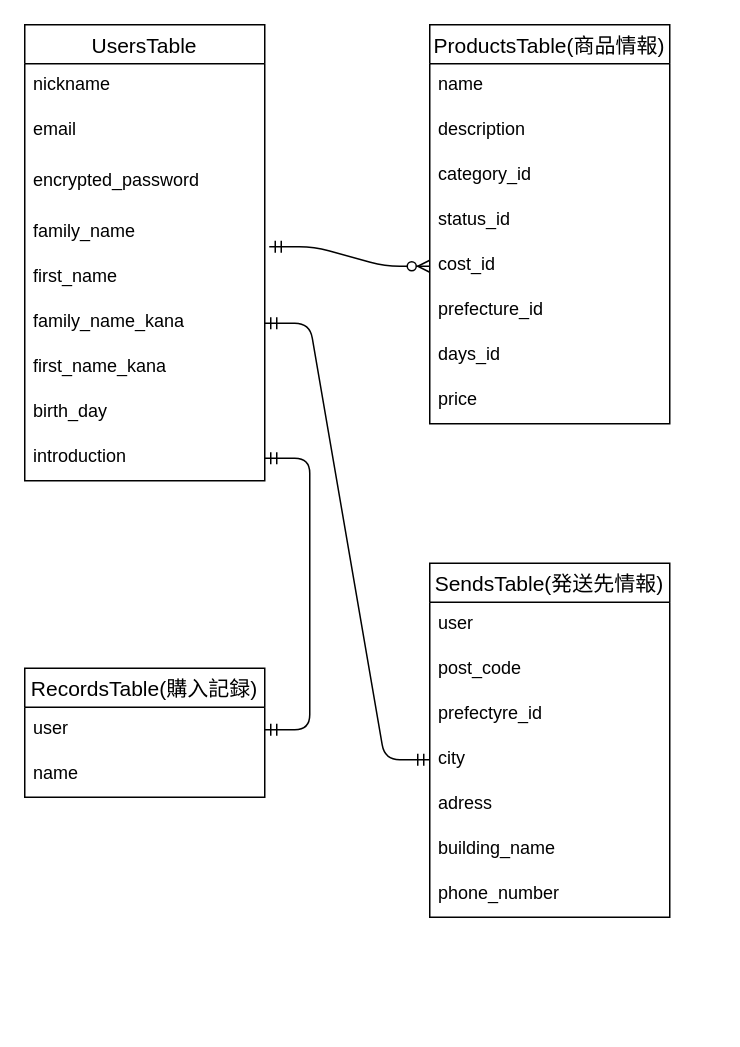
The draw.io diagram furima.dio in Sk20020822/furima-37952, before the edit. Source tidied: cells renumbered, new cells numbered last; positions are measured from the earlier drawing's top-left corner, leaving out a move shared by most shapes. Both pictures are drawn from the tidied source at 150%, with x=0, y=0 at pixel (24, 24).
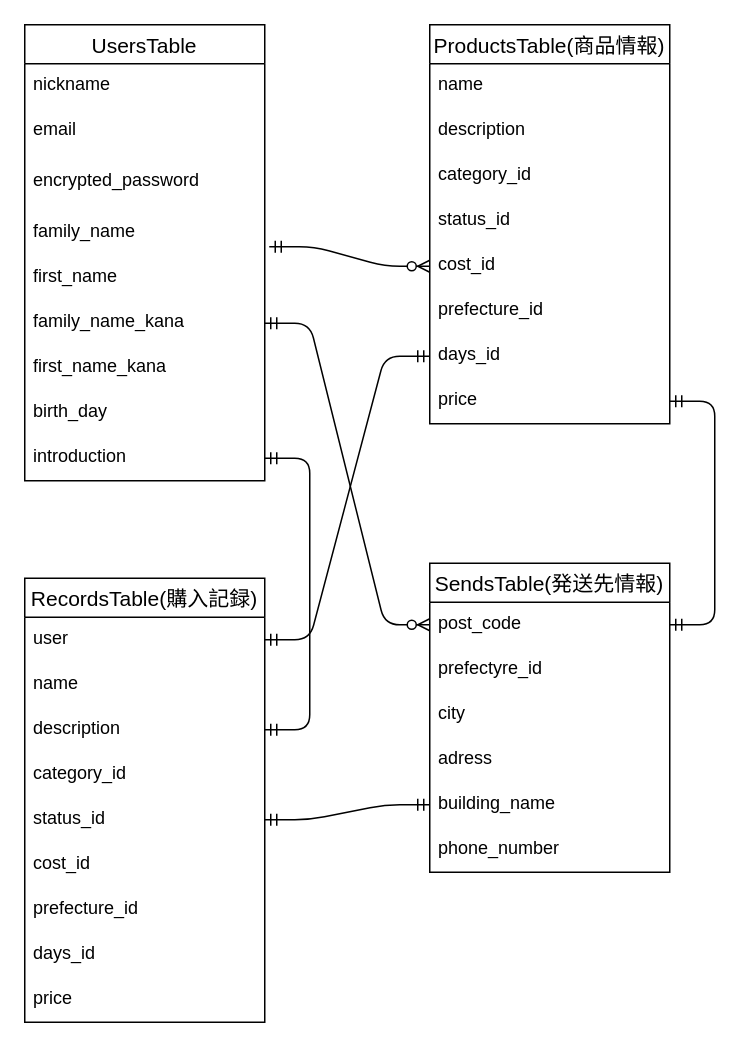
The same diagram, later.

The change refers to these unchanged cells:
```xml
<mxCell id="8" value="family_name_kana" style="text;strokeColor=none;fillColor=none;spacingLeft=4;spacingRight=4;overflow=hidden;points=[[0,0.5],[1,0.5]];portConstraint=eastwest;fontSize=12;" parent="2" vertex="1">
  <mxGeometry y="184" width="160" height="30" as="geometry" />
</mxCell>
<mxCell id="11" value="introduction" style="text;strokeColor=none;fillColor=none;spacingLeft=4;spacingRight=4;overflow=hidden;points=[[0,0.5],[1,0.5]];portConstraint=eastwest;fontSize=12;" parent="2" vertex="1">
  <mxGeometry y="274" width="160" height="30" as="geometry" />
</mxCell>
<mxCell id="19" value="days_id" style="text;strokeColor=none;fillColor=none;spacingLeft=4;spacingRight=4;overflow=hidden;points=[[0,0.5],[1,0.5]];portConstraint=eastwest;fontSize=12;" parent="12" vertex="1">
  <mxGeometry y="206" width="160" height="30" as="geometry" />
</mxCell>
<mxCell id="20" value="price" style="text;strokeColor=none;fillColor=none;spacingLeft=4;spacingRight=4;overflow=hidden;points=[[0,0.5],[1,0.5]];portConstraint=eastwest;fontSize=12;" parent="12" vertex="1">
  <mxGeometry y="236" width="160" height="30" as="geometry" />
</mxCell>
```

Diff of the diagram source:
```diff
@@
     <mxCell id="21" value="SendsTable(発送先情報)" style="swimlane;fontStyle=0;horizontal=1;startSize=26;align=center;fontSize=14;" parent="1" vertex="1">
-      <mxGeometry x="270" y="359" width="160" height="236" as="geometry" />
+      <mxGeometry x="270" y="359" width="160" height="206" as="geometry" />
     </mxCell>
-    <mxCell id="22" value="user" style="text;strokeColor=none;fillColor=none;spacingLeft=4;spacingRight=4;overflow=hidden;points=[[0,0.5],[1,0.5]];portConstraint=eastwest;fontSize=12;" parent="21" vertex="1">
-      <mxGeometry y="26" width="160" height="30" as="geometry" />
-    </mxCell>
     <mxCell id="23" value="post_code" style="text;strokeColor=none;fillColor=none;spacingLeft=4;spacingRight=4;overflow=hidden;points=[[0,0.5],[1,0.5]];portConstraint=eastwest;fontSize=12;" parent="21" vertex="1">
-      <mxGeometry y="56" width="160" height="30" as="geometry" />
+      <mxGeometry y="26" width="160" height="30" as="geometry" />
     </mxCell>
     <mxCell id="24" value="prefectyre_id" style="text;strokeColor=none;fillColor=none;spacingLeft=4;spacingRight=4;overflow=hidden;fontSize=12;" parent="21" vertex="1">
-      <mxGeometry y="86" width="160" height="30" as="geometry" />
+      <mxGeometry y="56" width="160" height="30" as="geometry" />
     </mxCell>
     <mxCell id="25" value="city" style="text;strokeColor=none;fillColor=none;spacingLeft=4;spacingRight=4;overflow=hidden;points=[[0,0.5],[1,0.5]];portConstraint=eastwest;fontSize=12;" parent="21" vertex="1">
-      <mxGeometry y="116" width="160" height="30" as="geometry" />
+      <mxGeometry y="86" width="160" height="30" as="geometry" />
     </mxCell>
     <mxCell id="26" value="adress" style="text;strokeColor=none;fillColor=none;spacingLeft=4;spacingRight=4;overflow=hidden;fontSize=12;" parent="21" vertex="1">
-      <mxGeometry y="146" width="160" height="30" as="geometry" />
+      <mxGeometry y="116" width="160" height="30" as="geometry" />
     </mxCell>
     <mxCell id="27" value="building_name" style="text;strokeColor=none;fillColor=none;spacingLeft=4;spacingRight=4;overflow=hidden;points=[[0,0.5],[1,0.5]];portConstraint=eastwest;fontSize=12;" parent="21" vertex="1">
-      <mxGeometry y="176" width="160" height="30" as="geometry" />
+      <mxGeometry y="146" width="160" height="30" as="geometry" />
     </mxCell>
     <mxCell id="28" value="phone_number" style="text;strokeColor=none;fillColor=none;spacingLeft=4;spacingRight=4;overflow=hidden;fontSize=12;" parent="21" vertex="1">
-      <mxGeometry y="206" width="160" height="30" as="geometry" />
+      <mxGeometry y="176" width="160" height="30" as="geometry" />
     </mxCell>
-    <mxCell id="29" style="edgeStyle=entityRelationEdgeStyle;fontSize=12;html=1;endArrow=ERmandOne;startArrow=ERmandOne;entryX=1;entryY=0.5;entryDx=0;entryDy=0;exitX=0;exitY=0.5;exitDx=0;exitDy=0;" parent="1" edge="1" source="25" target="8">
-      <mxGeometry relative="1" as="geometry" />
-    </mxCell>
@@
     <mxCell id="31" value="RecordsTable(購入記録)" style="swimlane;fontStyle=0;horizontal=1;startSize=26;align=center;fontSize=14;" parent="1" vertex="1">
-      <mxGeometry y="429" width="160" height="86" as="geometry" />
+      <mxGeometry y="369" width="160" height="296" as="geometry" />
     </mxCell>
-    <mxCell id="32" value="user " style="text;strokeColor=none;fillColor=none;spacingLeft=4;spacingRight=4;overflow=hidden;points=[[0,0.5],[1,0.5]];portConstraint=eastwest;fontSize=12;" parent="31" vertex="1">
-      <mxGeometry y="26" width="160" height="30" as="geometry" />
-    </mxCell>
+    <mxCell id="22" value="user" style="text;strokeColor=none;fillColor=none;spacingLeft=4;spacingRight=4;overflow=hidden;points=[[0,0.5],[1,0.5]];portConstraint=eastwest;fontSize=12;" parent="31" vertex="1">
+      <mxGeometry y="26" width="160" height="30" as="geometry" />
+    </mxCell>
@@
+    <mxCell id="35" value="description" style="text;strokeColor=none;fillColor=none;spacingLeft=4;spacingRight=4;overflow=hidden;points=[[0,0.5],[1,0.5]];portConstraint=eastwest;fontSize=12;" parent="31" vertex="1">
+      <mxGeometry y="86" width="160" height="30" as="geometry" />
+    </mxCell>
+    <mxCell id="36" value="category_id" style="text;strokeColor=none;fillColor=none;spacingLeft=4;spacingRight=4;overflow=hidden;fontSize=12;" parent="31" vertex="1">
+      <mxGeometry y="116" width="160" height="30" as="geometry" />
+    </mxCell>
+    <mxCell id="37" value="status_id" style="text;strokeColor=none;fillColor=none;spacingLeft=4;spacingRight=4;overflow=hidden;points=[[0,0.5],[1,0.5]];portConstraint=eastwest;fontSize=12;" parent="31" vertex="1">
+      <mxGeometry y="146" width="160" height="30" as="geometry" />
+    </mxCell>
+    <mxCell id="38" value="cost_id" style="text;strokeColor=none;fillColor=none;spacingLeft=4;spacingRight=4;overflow=hidden;fontSize=12;" parent="31" vertex="1">
+      <mxGeometry y="176" width="160" height="30" as="geometry" />
+    </mxCell>
+    <mxCell id="39" value="prefecture_id" style="text;strokeColor=none;fillColor=none;spacingLeft=4;spacingRight=4;overflow=hidden;fontSize=12;" parent="31" vertex="1">
+      <mxGeometry y="206" width="160" height="30" as="geometry" />
+    </mxCell>
+    <mxCell id="40" value="days_id" style="text;strokeColor=none;fillColor=none;spacingLeft=4;spacingRight=4;overflow=hidden;fontSize=12;" parent="31" vertex="1">
+      <mxGeometry y="236" width="160" height="30" as="geometry" />
+    </mxCell>
+    <mxCell id="41" value="price" style="text;strokeColor=none;fillColor=none;spacingLeft=4;spacingRight=4;overflow=hidden;fontSize=12;" parent="31" vertex="1">
+      <mxGeometry y="266" width="160" height="30" as="geometry" />
+    </mxCell>
+    <mxCell id="42" style="edgeStyle=entityRelationEdgeStyle;fontSize=12;html=1;endArrow=ERzeroToMany;startArrow=ERmandOne;exitX=1;exitY=0.5;exitDx=0;exitDy=0;entryX=0;entryY=0.5;entryDx=0;entryDy=0;" parent="1" edge="1" source="8" target="23">
+      <mxGeometry relative="1" as="geometry" />
+    </mxCell>
+    <mxCell id="43" style="edgeStyle=entityRelationEdgeStyle;fontSize=12;html=1;endArrow=ERmandOne;startArrow=ERmandOne;entryX=1;entryY=0.5;entryDx=0;entryDy=0;exitX=1;exitY=0.5;exitDx=0;exitDy=0;" parent="1" edge="1" source="23" target="20">
+      <mxGeometry relative="1" as="geometry" />
+    </mxCell>
+    <mxCell id="44" style="edgeStyle=entityRelationEdgeStyle;fontSize=12;html=1;endArrow=ERmandOne;startArrow=ERmandOne;entryX=0;entryY=0.5;entryDx=0;entryDy=0;exitX=1;exitY=0.5;exitDx=0;exitDy=0;" parent="1" edge="1" source="37" target="27">
+      <mxGeometry relative="1" as="geometry" />
+    </mxCell>
+    <mxCell id="45" style="edgeStyle=entityRelationEdgeStyle;fontSize=12;html=1;endArrow=ERmandOne;startArrow=ERmandOne;entryX=0;entryY=0.5;entryDx=0;entryDy=0;exitX=1;exitY=0.5;exitDx=0;exitDy=0;" parent="1" edge="1" source="22" target="19">
+      <mxGeometry relative="1" as="geometry" />
+    </mxCell>
-    <mxCell id="34" style="edgeStyle=entityRelationEdgeStyle;fontSize=12;html=1;endArrow=ERmandOne;startArrow=ERmandOne;entryX=1;entryY=0.5;entryDx=0;entryDy=0;exitX=1;exitY=0.5;exitDx=0;exitDy=0;" parent="1" edge="1" source="32" target="11">
+    <mxCell id="34" style="edgeStyle=entityRelationEdgeStyle;fontSize=12;html=1;endArrow=ERmandOne;startArrow=ERmandOne;entryX=1;entryY=0.5;entryDx=0;entryDy=0;exitX=1;exitY=0.5;exitDx=0;exitDy=0;" parent="1" edge="1" source="11" target="35">
       <mxGeometry relative="1" as="geometry" />
     </mxCell>
```
